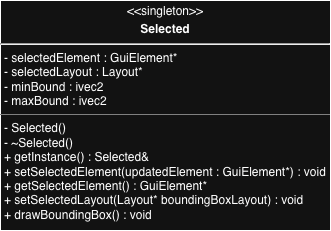
cgreen2048/ArtHuddle keeps this draw.io diagram as images/Selected_UML.png. Above is the earlier version. Source tidied: cells renumbered, new cells last; positions are measured from the earlier drawing's top-left corner, leaving out a move shared by most shapes.
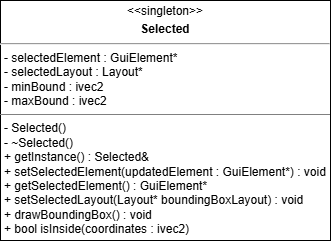
Later version of the same file.

Diff of the diagram source:
```diff
@@ -2,8 +2,8 @@
   <root>
     <mxCell id="0" />
     <mxCell id="1" parent="0" />
-    <mxCell id="2" value="&lt;p style=&quot;margin:0px;margin-top:4px;text-align:center;&quot;&gt;&amp;lt;&amp;lt;singleton&amp;gt;&amp;gt;&lt;/p&gt;&lt;p style=&quot;margin:0px;margin-top:4px;text-align:center;&quot;&gt;&lt;b&gt;Selected&lt;/b&gt;&lt;/p&gt;&lt;hr&gt;&lt;p style=&quot;margin:0px;margin-left:4px;&quot;&gt;- selectedElement :&amp;nbsp;&lt;span style=&quot;background-color: transparent; color: light-dark(rgb(0, 0, 0), rgb(255, 255, 255));&quot;&gt;GuiElement*&lt;/span&gt;&lt;/p&gt;&lt;p style=&quot;margin:0px;margin-left:4px;&quot;&gt;- selectedLayout :&amp;nbsp;&lt;span style=&quot;background-color: transparent; color: light-dark(rgb(0, 0, 0), rgb(255, 255, 255));&quot;&gt;Layout*&lt;/span&gt;&lt;/p&gt;&lt;p style=&quot;margin:0px;margin-left:4px;&quot;&gt;- minBound :&amp;nbsp;&lt;span style=&quot;background-color: transparent; color: light-dark(rgb(0, 0, 0), rgb(255, 255, 255));&quot;&gt;ivec2&lt;/span&gt;&lt;/p&gt;&lt;p style=&quot;margin:0px;margin-left:4px;&quot;&gt;- maxBound : ivec2&lt;/p&gt;&lt;hr size=&quot;1&quot; style=&quot;border-style:solid;&quot;&gt;&lt;p style=&quot;margin:0px;margin-left:4px;&quot;&gt;- Selected()&lt;/p&gt;&lt;p style=&quot;margin:0px;margin-left:4px;&quot;&gt;- ~Selected()&lt;/p&gt;&lt;p style=&quot;margin:0px;margin-left:4px;&quot;&gt;+ getInstance() :&amp;nbsp;&lt;span style=&quot;background-color: transparent; color: light-dark(rgb(0, 0, 0), rgb(255, 255, 255));&quot;&gt;Selected&amp;amp;&lt;/span&gt;&lt;/p&gt;&lt;p style=&quot;margin:0px;margin-left:4px;&quot;&gt;+ setSelectedElement(updatedElement :&amp;nbsp;&lt;span style=&quot;background-color: transparent; color: light-dark(rgb(0, 0, 0), rgb(255, 255, 255));&quot;&gt;GuiElement*&lt;/span&gt;&lt;span style=&quot;background-color: transparent; color: light-dark(rgb(0, 0, 0), rgb(255, 255, 255));&quot;&gt;) : void&lt;/span&gt;&lt;/p&gt;&lt;p style=&quot;margin:0px;margin-left:4px;&quot;&gt;+ getSelectedElement() : GuiElement*&lt;/p&gt;&lt;p style=&quot;margin:0px;margin-left:4px;&quot;&gt;+ setSelectedLayout(Layout* boundingBoxLayout) : void&lt;/p&gt;&lt;p style=&quot;margin:0px;margin-left:4px;&quot;&gt;&lt;span style=&quot;background-color: transparent;&quot;&gt;&lt;/span&gt;&lt;/p&gt;&lt;p style=&quot;margin:0px;margin-left:4px;&quot;&gt;+ drawBoundingBox() : void&lt;/p&gt;" style="verticalAlign=top;align=left;overflow=fill;html=1;whiteSpace=wrap;" parent="1" vertex="1">
-      <mxGeometry width="330" height="230" as="geometry" />
+    <mxCell id="2" value="&lt;p style=&quot;margin:0px;margin-top:4px;text-align:center;&quot;&gt;&amp;lt;&amp;lt;singleton&amp;gt;&amp;gt;&lt;/p&gt;&lt;p style=&quot;margin:0px;margin-top:4px;text-align:center;&quot;&gt;&lt;b&gt;Selected&lt;/b&gt;&lt;/p&gt;&lt;hr&gt;&lt;p style=&quot;margin:0px;margin-left:4px;&quot;&gt;- selectedElement :&amp;nbsp;&lt;span style=&quot;background-color: transparent; color: light-dark(rgb(0, 0, 0), rgb(255, 255, 255));&quot;&gt;GuiElement*&lt;/span&gt;&lt;/p&gt;&lt;p style=&quot;margin:0px;margin-left:4px;&quot;&gt;- selectedLayout :&amp;nbsp;&lt;span style=&quot;background-color: transparent; color: light-dark(rgb(0, 0, 0), rgb(255, 255, 255));&quot;&gt;Layout*&lt;/span&gt;&lt;/p&gt;&lt;p style=&quot;margin:0px;margin-left:4px;&quot;&gt;- minBound :&amp;nbsp;&lt;span style=&quot;background-color: transparent; color: light-dark(rgb(0, 0, 0), rgb(255, 255, 255));&quot;&gt;ivec2&lt;/span&gt;&lt;/p&gt;&lt;p style=&quot;margin:0px;margin-left:4px;&quot;&gt;- maxBound : ivec2&lt;/p&gt;&lt;hr size=&quot;1&quot; style=&quot;border-style:solid;&quot;&gt;&lt;p style=&quot;margin:0px;margin-left:4px;&quot;&gt;- Selected()&lt;/p&gt;&lt;p style=&quot;margin:0px;margin-left:4px;&quot;&gt;- ~Selected()&lt;/p&gt;&lt;p style=&quot;margin:0px;margin-left:4px;&quot;&gt;+ getInstance() :&amp;nbsp;&lt;span style=&quot;background-color: transparent; color: light-dark(rgb(0, 0, 0), rgb(255, 255, 255));&quot;&gt;Selected&amp;amp;&lt;/span&gt;&lt;/p&gt;&lt;p style=&quot;margin:0px;margin-left:4px;&quot;&gt;+ setSelectedElement(updatedElement :&amp;nbsp;&lt;span style=&quot;background-color: transparent; color: light-dark(rgb(0, 0, 0), rgb(255, 255, 255));&quot;&gt;GuiElement*&lt;/span&gt;&lt;span style=&quot;background-color: transparent; color: light-dark(rgb(0, 0, 0), rgb(255, 255, 255));&quot;&gt;) : void&lt;/span&gt;&lt;/p&gt;&lt;p style=&quot;margin:0px;margin-left:4px;&quot;&gt;+ getSelectedElement() : GuiElement*&lt;/p&gt;&lt;p style=&quot;margin:0px;margin-left:4px;&quot;&gt;+ setSelectedLayout(Layout* boundingBoxLayout) : void&lt;/p&gt;&lt;p style=&quot;margin:0px;margin-left:4px;&quot;&gt;&lt;span style=&quot;background-color: transparent;&quot;&gt;&lt;/span&gt;&lt;/p&gt;&lt;p style=&quot;margin:0px;margin-left:4px;&quot;&gt;+ drawBoundingBox() : void&lt;/p&gt;&lt;p style=&quot;margin:0px;margin-left:4px;&quot;&gt;+ bool isInside(coordinates : ivec2)&lt;/p&gt;" style="verticalAlign=top;align=left;overflow=fill;html=1;whiteSpace=wrap;" parent="1" vertex="1">
+      <mxGeometry width="330" height="240" as="geometry" />
     </mxCell>
   </root>
 </mxGraphModel>
```
